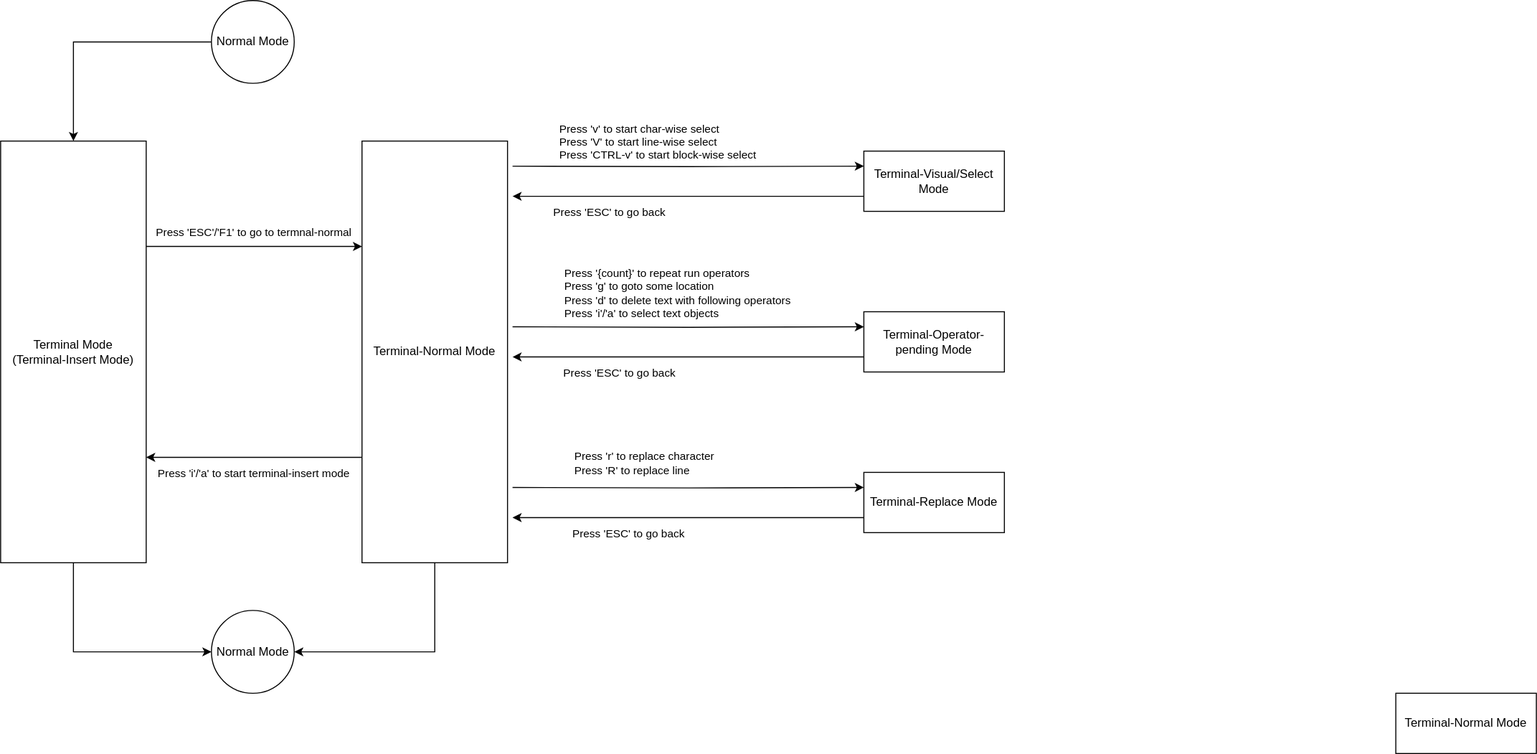
This is images/5-EditingMode.2.drawio.svg from rsvim/rfc, a draw.io export, as it was before one commit. Source tidied: cells renumbered, new cells last; positions are measured from the earlier drawing's top-left corner, leaving out a move shared by most shapes. The source it was exported from:
```xml
<mxGraphModel>
  <root>
    <mxCell id="0" />
    <mxCell id="1" parent="0" />
    <mxCell id="2" style="edgeStyle=orthogonalEdgeStyle;rounded=0;jettySize=auto;html=1;entryX=0;entryY=0.25;entryDx=0;entryDy=0;" parent="1" edge="1" target="8">
      <mxGeometry relative="1" as="geometry">
        <mxPoint x="510" y="165" as="sourcePoint" />
      </mxGeometry>
    </mxCell>
    <mxCell id="3" value="Press 'v' to start char-wise select&lt;div&gt;Press 'V' to start line-wise select&lt;/div&gt;&lt;div&gt;Press 'CTRL-v' to start block-wise select&lt;/div&gt;" style="edgeLabel;html=1;align=left;verticalAlign=middle;" parent="2" vertex="1">
      <mxGeometry x="-0.39" y="-1" relative="1" as="geometry">
        <mxPoint x="-62" y="-26" as="offset" />
      </mxGeometry>
    </mxCell>
    <mxCell id="4" style="edgeStyle=orthogonalEdgeStyle;rounded=0;jettySize=auto;html=1;entryX=1;entryY=0.5;entryDx=0;entryDy=0;exitX=0.5;exitY=1;exitDx=0;exitDy=0;" parent="1" edge="1" source="7" target="22">
      <mxGeometry relative="1" as="geometry" />
    </mxCell>
    <mxCell id="5" style="edgeStyle=orthogonalEdgeStyle;rounded=0;jettySize=auto;html=1;exitX=0;exitY=0.75;exitDx=0;exitDy=0;entryX=1;entryY=0.75;entryDx=0;entryDy=0;" parent="1" edge="1" source="7" target="26">
      <mxGeometry relative="1" as="geometry" />
    </mxCell>
    <mxCell id="6" value="Press 'i'/'a' to start terminal-insert mode" style="edgeLabel;html=1;align=center;verticalAlign=middle;" parent="5" vertex="1">
      <mxGeometry x="0.03" y="4" relative="1" as="geometry">
        <mxPoint x="2" y="11" as="offset" />
      </mxGeometry>
    </mxCell>
    <mxCell id="7" value="Terminal-Normal Mode" style="rounded=0;whiteSpace=wrap;html=1;" parent="1" vertex="1">
      <mxGeometry x="360" y="140" width="145" height="420" as="geometry" />
    </mxCell>
    <mxCell id="8" value="Terminal-Visual/Select Mode" style="rounded=0;whiteSpace=wrap;html=1;" parent="1" vertex="1">
      <mxGeometry x="860" y="150" width="140" height="60" as="geometry" />
    </mxCell>
    <mxCell id="9" style="edgeStyle=orthogonalEdgeStyle;rounded=0;jettySize=auto;html=1;exitX=0;exitY=0.75;exitDx=0;exitDy=0;" parent="1" edge="1" source="8">
      <mxGeometry relative="1" as="geometry">
        <mxPoint x="510" y="195" as="targetPoint" />
      </mxGeometry>
    </mxCell>
    <mxCell id="10" value="&lt;span style=&quot;text-align: center;&quot;&gt;Press 'ESC' to go back&lt;/span&gt;" style="edgeLabel;html=1;align=left;verticalAlign=middle;" parent="9" vertex="1">
      <mxGeometry x="0.11" y="-1" relative="1" as="geometry">
        <mxPoint x="-118" y="16" as="offset" />
      </mxGeometry>
    </mxCell>
    <mxCell id="11" value="Terminal-Operator-pending Mode" style="rounded=0;whiteSpace=wrap;html=1;" parent="1" vertex="1">
      <mxGeometry x="860" y="310" width="140" height="60" as="geometry" />
    </mxCell>
    <mxCell id="12" style="edgeStyle=orthogonalEdgeStyle;rounded=0;jettySize=auto;html=1;entryX=0;entryY=0.25;entryDx=0;entryDy=0;" parent="1" edge="1" target="11">
      <mxGeometry relative="1" as="geometry">
        <mxPoint x="510" y="325" as="sourcePoint" />
      </mxGeometry>
    </mxCell>
    <mxCell id="13" value="Press '{count}' to repeat run operators&lt;div&gt;Press 'g' to goto some location&lt;br&gt;&lt;div&gt;Press 'd' to delete text with following operators&lt;/div&gt;&lt;div&gt;Press 'i'/'a' to select text objects&lt;/div&gt;&lt;/div&gt;" style="edgeLabel;html=1;align=left;verticalAlign=middle;" parent="12" vertex="1">
      <mxGeometry x="-0.39" y="-1" relative="1" as="geometry">
        <mxPoint x="-57" y="-35" as="offset" />
      </mxGeometry>
    </mxCell>
    <mxCell id="14" style="edgeStyle=orthogonalEdgeStyle;rounded=0;jettySize=auto;html=1;exitX=0;exitY=0.75;exitDx=0;exitDy=0;" parent="1" edge="1" source="11">
      <mxGeometry relative="1" as="geometry">
        <mxPoint x="510" y="355" as="targetPoint" />
      </mxGeometry>
    </mxCell>
    <mxCell id="15" value="&lt;span style=&quot;text-align: center;&quot;&gt;Press 'ESC' to go back&lt;/span&gt;" style="edgeLabel;html=1;align=left;verticalAlign=middle;" parent="14" vertex="1">
      <mxGeometry x="0.11" y="-1" relative="1" as="geometry">
        <mxPoint x="-108" y="16" as="offset" />
      </mxGeometry>
    </mxCell>
    <mxCell id="16" value="Terminal-Normal Mode" style="rounded=0;whiteSpace=wrap;html=1;" parent="1" vertex="1">
      <mxGeometry x="1390" y="690" width="140" height="60" as="geometry" />
    </mxCell>
    <mxCell id="17" value="Terminal-Replace Mode" style="rounded=0;whiteSpace=wrap;html=1;" parent="1" vertex="1">
      <mxGeometry x="860" y="470" width="140" height="60" as="geometry" />
    </mxCell>
    <mxCell id="18" style="edgeStyle=orthogonalEdgeStyle;rounded=0;jettySize=auto;html=1;entryX=0;entryY=0.25;entryDx=0;entryDy=0;" parent="1" edge="1" target="17">
      <mxGeometry relative="1" as="geometry">
        <mxPoint x="510" y="485" as="sourcePoint" />
      </mxGeometry>
    </mxCell>
    <mxCell id="19" value="Press 'r' to replace character&lt;div&gt;Press 'R' to replace line&lt;/div&gt;" style="edgeLabel;html=1;align=left;verticalAlign=middle;" parent="18" vertex="1">
      <mxGeometry x="-0.39" y="-1" relative="1" as="geometry">
        <mxPoint x="-47" y="-26" as="offset" />
      </mxGeometry>
    </mxCell>
    <mxCell id="20" style="edgeStyle=orthogonalEdgeStyle;rounded=0;jettySize=auto;html=1;exitX=0;exitY=0.75;exitDx=0;exitDy=0;" parent="1" edge="1" source="17">
      <mxGeometry relative="1" as="geometry">
        <mxPoint x="510" y="515" as="targetPoint" />
      </mxGeometry>
    </mxCell>
    <mxCell id="21" value="&lt;span style=&quot;text-align: center;&quot;&gt;Press 'ESC' to go back&lt;/span&gt;" style="edgeLabel;html=1;align=left;verticalAlign=middle;" parent="20" vertex="1">
      <mxGeometry x="0.11" y="-1" relative="1" as="geometry">
        <mxPoint x="-98" y="16" as="offset" />
      </mxGeometry>
    </mxCell>
    <mxCell id="22" value="Normal Mode" style="ellipse;whiteSpace=wrap;html=1;" parent="1" vertex="1">
      <mxGeometry x="210" y="607.5" width="82.5" height="82.5" as="geometry" />
    </mxCell>
    <mxCell id="23" style="edgeStyle=orthogonalEdgeStyle;rounded=0;jettySize=auto;html=1;entryX=0;entryY=0.5;entryDx=0;entryDy=0;exitX=0.5;exitY=1;exitDx=0;exitDy=0;" parent="1" edge="1" source="26" target="22">
      <mxGeometry relative="1" as="geometry" />
    </mxCell>
    <mxCell id="24" style="edgeStyle=orthogonalEdgeStyle;rounded=0;jettySize=auto;html=1;exitX=1;exitY=0.25;exitDx=0;exitDy=0;entryX=0;entryY=0.25;entryDx=0;entryDy=0;" parent="1" edge="1" source="26" target="7">
      <mxGeometry relative="1" as="geometry" />
    </mxCell>
    <mxCell id="25" value="Press 'ESC'/'F1' to go to termnal-normal" style="edgeLabel;html=1;align=center;verticalAlign=middle;" parent="24" vertex="1">
      <mxGeometry x="-0.04" relative="1" as="geometry">
        <mxPoint x="3" y="-15" as="offset" />
      </mxGeometry>
    </mxCell>
    <mxCell id="26" value="Terminal Mode&lt;br&gt;(Terminal-Insert Mode)" style="rounded=0;whiteSpace=wrap;html=1;" parent="1" vertex="1">
      <mxGeometry y="140" width="145" height="420" as="geometry" />
    </mxCell>
    <mxCell id="27" style="edgeStyle=orthogonalEdgeStyle;rounded=0;jettySize=auto;html=1;entryX=0.5;entryY=0;entryDx=0;entryDy=0;" parent="1" edge="1" source="28" target="26">
      <mxGeometry relative="1" as="geometry" />
    </mxCell>
    <mxCell id="28" value="Normal Mode" style="ellipse;whiteSpace=wrap;html=1;" parent="1" vertex="1">
      <mxGeometry x="210" width="82.5" height="82.5" as="geometry" />
    </mxCell>
  </root>
</mxGraphModel>
```
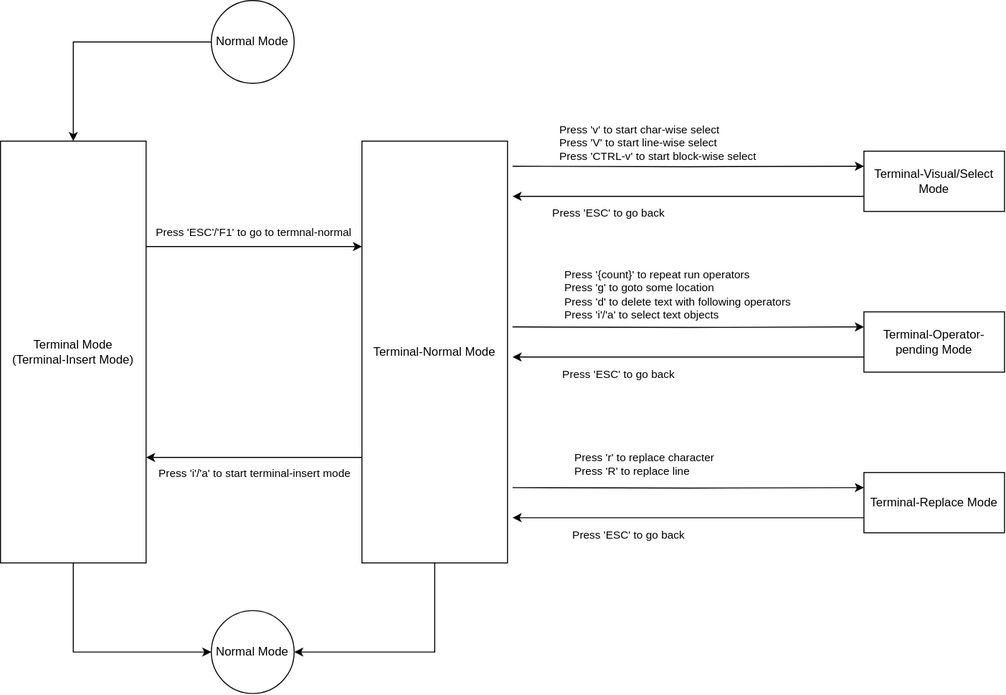
After the commit.

The edit, as a diff of the source:
```diff
@@ -62,9 +62,6 @@
         <mxPoint x="-108" y="16" as="offset" />
       </mxGeometry>
     </mxCell>
-    <mxCell id="16" value="Terminal-Normal Mode" style="rounded=0;whiteSpace=wrap;html=1;" parent="1" vertex="1">
-      <mxGeometry x="1390" y="690" width="140" height="60" as="geometry" />
-    </mxCell>
     <mxCell id="17" value="Terminal-Replace Mode" style="rounded=0;whiteSpace=wrap;html=1;" parent="1" vertex="1">
       <mxGeometry x="860" y="470" width="140" height="60" as="geometry" />
     </mxCell>
```
